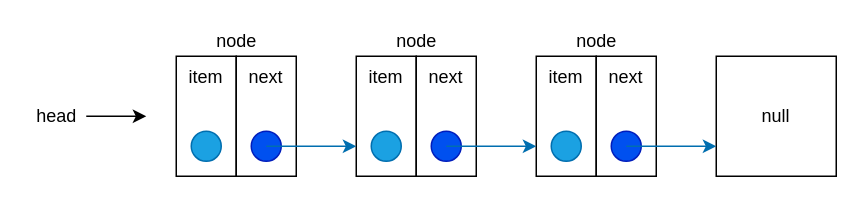
The draw.io diagram foundation/draw/linked-list.drawio in vserpa/foundation-algorithms-javascript, before the edit. Source tidied: cells renumbered, new cells numbered last; positions are measured from the earlier drawing's top-left corner, leaving out a move shared by most shapes. Both pictures are drawn from the tidied source at 150%, with x=0, y=0 at pixel (26, 26).
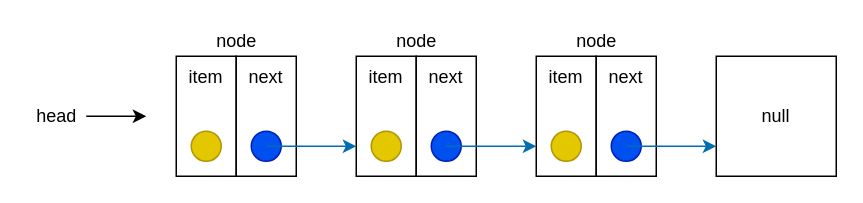
Above is the later version.

Commit message (it also covers changes not shown here):
linked list > insert method implementation

The change refers to these unchanged cells:
```xml
<mxCell id="2" style="group;" parent="1" vertex="1">
  <mxGeometry x="100" width="80" height="100" as="geometry" />
</mxCell>
<mxCell id="8" style="group;" parent="1" vertex="1">
  <mxGeometry x="220" width="80" height="100" as="geometry" />
</mxCell>
<mxCell id="14" style="group;" parent="1" vertex="1">
  <mxGeometry x="340" width="80" height="100" as="geometry" />
</mxCell>
```

What changed in the source:
```diff
@@
-    <mxCell id="6" style="ellipse;whiteSpace=wrap;html=1;fillColor=#1ba1e2;fontColor=#ffffff;strokeColor=#006EAF;" parent="2" vertex="1">
+    <mxCell id="6" style="ellipse;whiteSpace=wrap;html=1;fillColor=#e3c800;fontColor=#000000;strokeColor=#B09500;" parent="2" vertex="1">
       <mxGeometry x="10" y="70" width="20" height="20" as="geometry" />
     </mxCell>
@@
-    <mxCell id="12" style="ellipse;whiteSpace=wrap;html=1;fillColor=#1ba1e2;fontColor=#ffffff;strokeColor=#006EAF;" parent="8" vertex="1">
+    <mxCell id="12" style="ellipse;whiteSpace=wrap;html=1;fillColor=#e3c800;fontColor=#000000;strokeColor=#B09500;" parent="8" vertex="1">
       <mxGeometry x="10" y="70" width="20" height="20" as="geometry" />
     </mxCell>
@@
-    <mxCell id="18" style="ellipse;whiteSpace=wrap;html=1;fillColor=#1ba1e2;fontColor=#ffffff;strokeColor=#006EAF;" parent="14" vertex="1">
+    <mxCell id="18" style="ellipse;whiteSpace=wrap;html=1;fillColor=#e3c800;fontColor=#000000;strokeColor=#B09500;" parent="14" vertex="1">
       <mxGeometry x="10" y="70" width="20" height="20" as="geometry" />
     </mxCell>
```
